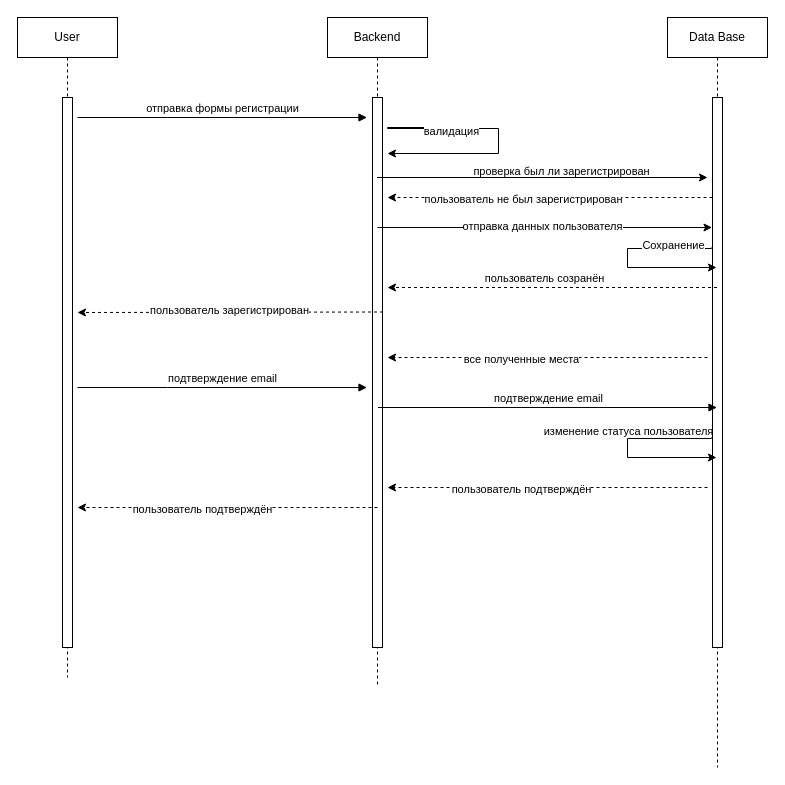
Above: sequence_diagram_registration.drawio in IlyaPetushok/FishingHelper (draw.io), before the change. Source tidied: cells renumbered, new cells numbered last; positions are measured from the earlier drawing's top-left corner, leaving out a move shared by most shapes. Both pictures are drawn from the tidied source at 100%, with x=0, y=0 at pixel (17, 17).
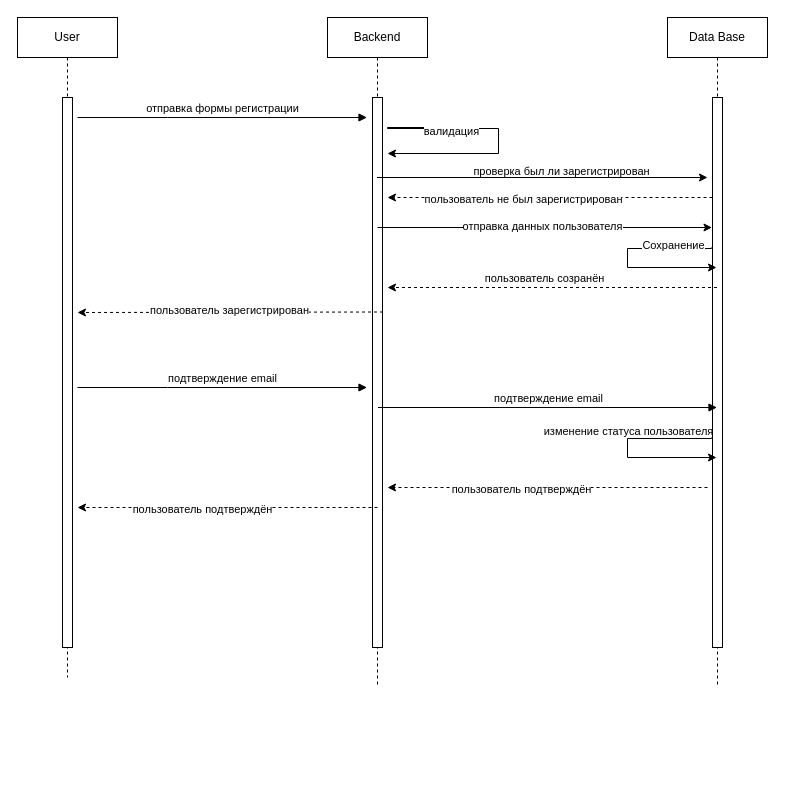
After the change.

The edit, as a diff of the source:
```diff
@@
     <mxCell id="6" value="Data Base" style="shape=umlLifeline;perimeter=lifelinePerimeter;whiteSpace=wrap;html=1;outlineConnect=0;portConstraint=eastwest;newEdgeStyle={&quot;edgeStyle&quot;:&quot;elbowEdgeStyle&quot;,&quot;elbow&quot;:&quot;vertical&quot;,&quot;curved&quot;:0,&quot;rounded&quot;:0};" parent="1" vertex="1">
-      <mxGeometry x="650" width="100" height="750" as="geometry" />
+      <mxGeometry x="650" width="100" height="670" as="geometry" />
     </mxCell>
@@
-    <mxCell id="13" style="edgeStyle=elbowEdgeStyle;rounded=0;orthogonalLoop=1;jettySize=auto;html=1;elbow=vertical;curved=0;dashed=1;" parent="1" edge="1">
-      <mxGeometry relative="1" as="geometry">
-        <mxPoint x="690" y="340" as="sourcePoint" />
-        <mxPoint x="370" y="340" as="targetPoint" />
-      </mxGeometry>
-    </mxCell>
-    <mxCell id="14" value="все полученные места" style="edgeLabel;html=1;align=center;verticalAlign=middle;" parent="13" vertex="1">
-      <mxGeometry x="0.17" y="1" relative="1" as="geometry" />
-    </mxCell>
```
